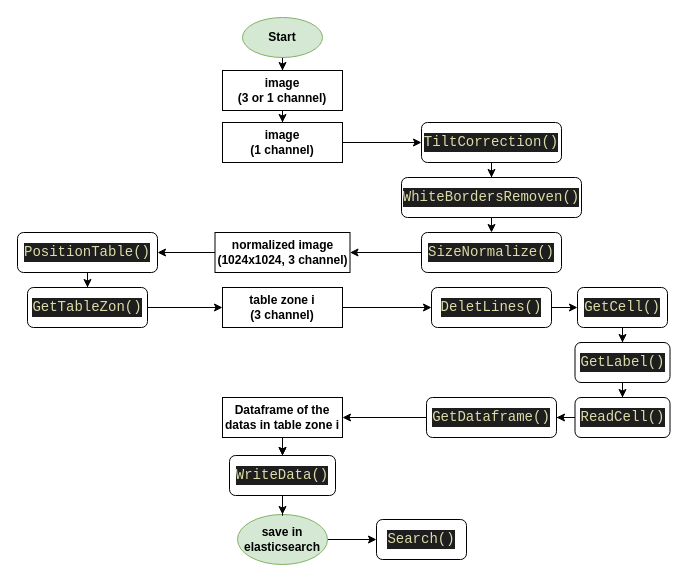
The draw.io diagram Abbildungen/programmablauf.drawio in huichen5796/2022-studienarbeit-hui-chen, before the edit. Source tidied: cells renumbered, new cells numbered last; positions are measured from the earlier drawing's top-left corner, leaving out a move shared by most shapes. Both pictures are drawn from the tidied source at 100%, with x=0, y=0 at pixel (17, 17).
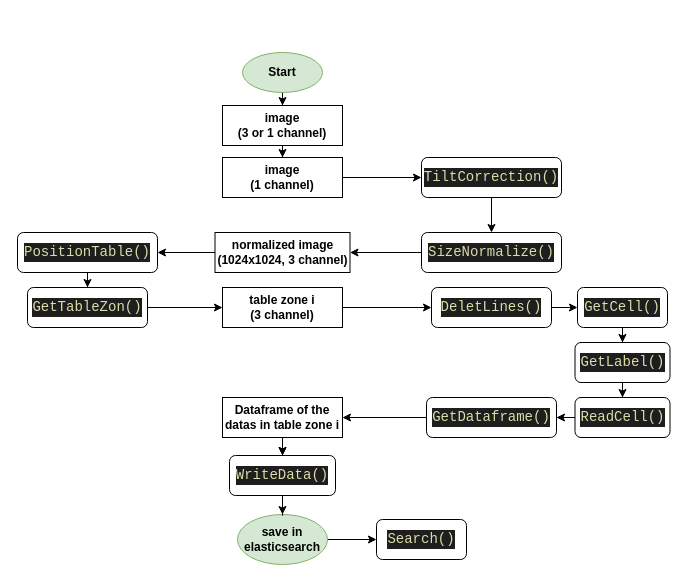
Above is the later version.

The change refers to these unchanged cells:
```xml
<mxCell id="11" value="&lt;div style=&quot;color: rgb(212, 212, 212); background-color: rgb(30, 30, 30); font-family: Consolas, &amp;quot;Courier New&amp;quot;, monospace; font-size: 14px; line-height: 19px;&quot;&gt;&lt;span style=&quot;color: #dcdcaa;&quot;&gt;SizeNormalize()&lt;/span&gt;&lt;/div&gt;" style="whiteSpace=wrap;html=1;rounded=1;glass=0;strokeWidth=1;shadow=0;" parent="1" vertex="1">
  <mxGeometry x="404" y="215" width="140" height="40" as="geometry" />
</mxCell>
```

What changed in the source:
```diff
@@
-    <mxCell id="2" style="edgeStyle=orthogonalEdgeStyle;rounded=0;jettySize=auto;html=1;" parent="1" edge="1" source="3" target="27">
-      <mxGeometry relative="1" as="geometry" />
-    </mxCell>
     <mxCell id="3" value="&lt;div style=&quot;color: rgb(212, 212, 212); background-color: rgb(30, 30, 30); font-family: Consolas, &amp;quot;Courier New&amp;quot;, monospace; font-size: 14px; line-height: 19px;&quot;&gt;&lt;span style=&quot;color: #dcdcaa;&quot;&gt;TiltCorrection()&lt;/span&gt;&lt;/div&gt;" style="rounded=1;whiteSpace=wrap;html=1;fontSize=12;glass=0;strokeWidth=1;shadow=0;" parent="1" vertex="1">
-      <mxGeometry x="404" y="105" width="140" height="40" as="geometry" />
+      <mxGeometry x="404" y="140" width="140" height="40" as="geometry" />
     </mxCell>
@@
     <mxCell id="13" value="&lt;b&gt;&lt;font color=&quot;#000000&quot;&gt;Start&lt;/font&gt;&lt;/b&gt;" style="ellipse;whiteSpace=wrap;html=1;fillColor=#d5e8d4;strokeColor=#82b366;" parent="1" vertex="1">
-      <mxGeometry x="225" width="80" height="40" as="geometry" />
+      <mxGeometry x="225" y="35" width="80" height="40" as="geometry" />
     </mxCell>
@@
     <mxCell id="15" value="&lt;b&gt;&lt;font color=&quot;#000000&quot;&gt;&lt;span&gt;image&lt;/span&gt;&lt;br&gt;&lt;span&gt;(3 or 1 channel)&lt;/span&gt;&lt;/font&gt;&lt;/b&gt;" style="rounded=0;whiteSpace=wrap;html=1;fillColor=#FFFFFF;" parent="1" vertex="1">
-      <mxGeometry x="205" y="53" width="120" height="40" as="geometry" />
+      <mxGeometry x="205" y="88" width="120" height="40" as="geometry" />
     </mxCell>
@@
     <mxCell id="17" value="&lt;span style=&quot;background-color: rgb(255 , 255 , 255)&quot;&gt;&lt;b&gt;&lt;font color=&quot;#000000&quot;&gt;image&lt;br&gt;(1 channel)&lt;/font&gt;&lt;/b&gt;&lt;/span&gt;" style="rounded=0;whiteSpace=wrap;html=1;fillColor=#FFFFFF;" parent="1" vertex="1">
-      <mxGeometry x="205" y="105" width="120" height="40" as="geometry" />
+      <mxGeometry x="205" y="140" width="120" height="40" as="geometry" />
     </mxCell>
@@
-    <mxCell id="27" value="&lt;div style=&quot;color: rgb(212, 212, 212); background-color: rgb(30, 30, 30); font-family: Consolas, &amp;quot;Courier New&amp;quot;, monospace; font-size: 14px; line-height: 19px;&quot;&gt;&lt;span style=&quot;color: rgb(220, 220, 170);&quot;&gt;WhiteBordersRemove&lt;/span&gt;&lt;span style=&quot;color: #dcdcaa;&quot;&gt;n()&lt;/span&gt;&lt;/div&gt;" style="rounded=1;whiteSpace=wrap;html=1;fontSize=12;glass=0;strokeWidth=1;shadow=0;" parent="1" vertex="1">
-      <mxGeometry x="384" y="160" width="180" height="40" as="geometry" />
-    </mxCell>
@@
-    <mxCell id="39" style="endArrow=classic;html=1;rounded=0;entryX=0.5;entryY=0;entryDx=0;entryDy=0;exitX=0.5;exitY=1;exitDx=0;exitDy=0;" parent="1" edge="1" source="27" target="11">
+    <mxCell id="39" style="endArrow=classic;html=1;rounded=0;entryX=0.5;entryY=0;entryDx=0;entryDy=0;exitX=0.5;exitY=1;exitDx=0;exitDy=0;" parent="1" edge="1" source="3" target="11">
       <mxGeometry relative="1" as="geometry" />
     </mxCell>
```
